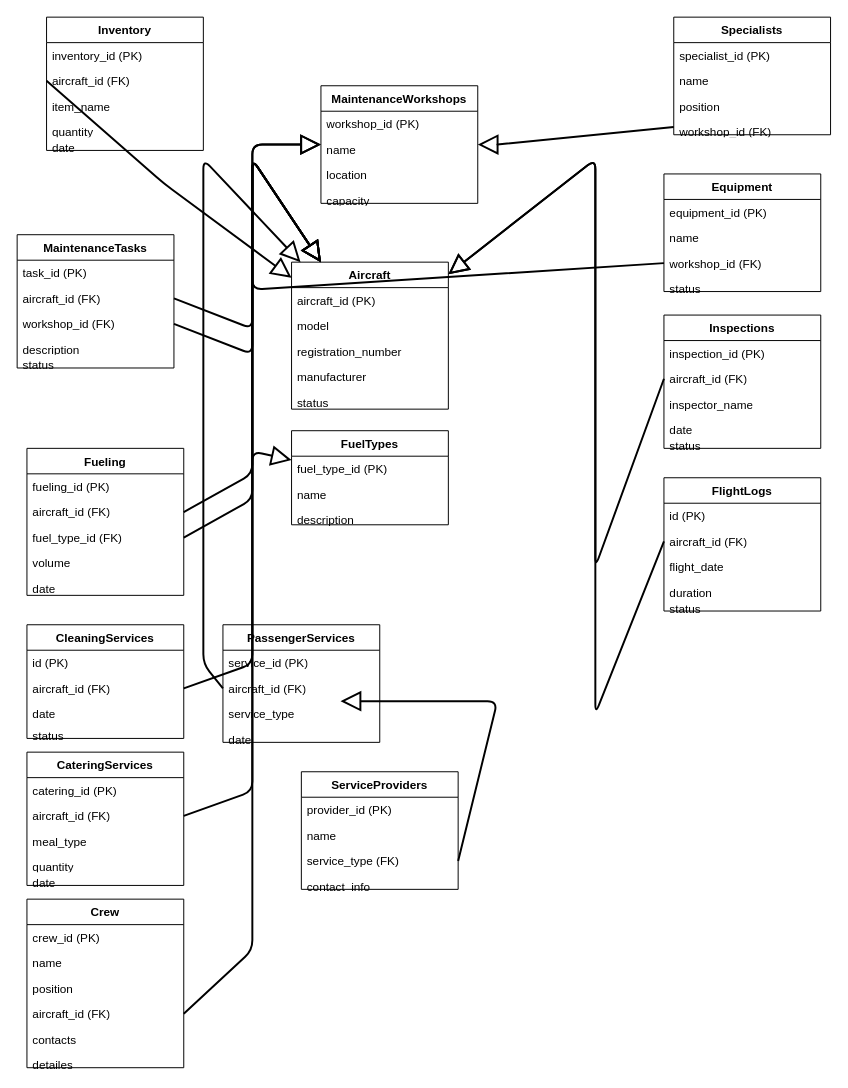
Above: airport/Aircraft-Services/aircraft.drawio in mykola-telychko/mysql-databases (draw.io), before the change. Source tidied: cells renumbered, new cells numbered last; positions are measured from the earlier drawing's top-left corner, leaving out a move shared by most shapes. Both pictures are drawn from the tidied source at 98%, with x=0, y=0 at pixel (17, 17).
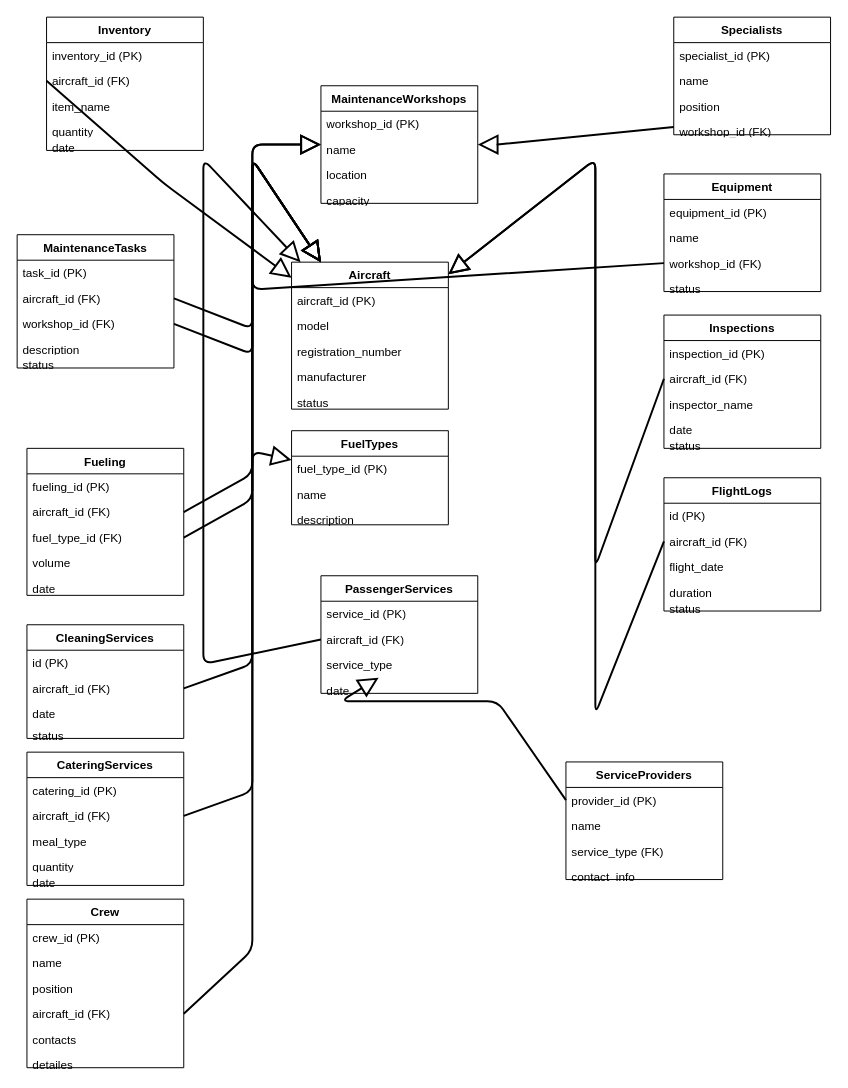
After the change.

The change refers to these unchanged cells:
```xml
<mxCell id="61" value="service_type" style="text;strokeColor=none;fillColor=none;align=left;verticalAlign=top;spacingLeft=4;spacingRight=4;overflow=hidden;points=[[0,0.5],[1,0.5]];portConstraint=eastwest;whiteSpace=wrap;" parent="58" vertex="1">
  <mxGeometry y="78" width="160" height="26" as="geometry" />
</mxCell>
<mxCell id="96" value="provider_id (PK)" style="text;strokeColor=none;fillColor=none;align=left;verticalAlign=top;spacingLeft=4;spacingRight=4;overflow=hidden;points=[[0,0.5],[1,0.5]];portConstraint=eastwest;whiteSpace=wrap;" parent="95" vertex="1">
  <mxGeometry y="26" width="160" height="26" as="geometry" />
</mxCell>
<mxCell id="98" value="service_type (FK)" style="text;strokeColor=none;fillColor=none;align=left;verticalAlign=top;spacingLeft=4;spacingRight=4;overflow=hidden;points=[[0,0.5],[1,0.5]];portConstraint=eastwest;whiteSpace=wrap;" parent="95" vertex="1">
  <mxGeometry y="78" width="160" height="26" as="geometry" />
</mxCell>
```

What changed in the source:
```diff
@@
     <mxCell id="58" value="PassengerServices" style="swimlane;fontStyle=1;align=center;verticalAlign=top;horizontal=1;startSize=26;" parent="1" vertex="1">
-      <mxGeometry x="210" y="620" width="160" height="120" as="geometry" />
+      <mxGeometry x="310" y="570" width="160" height="120" as="geometry" />
     </mxCell>
@@
-    <mxCell id="94" style="endArrow=block;endFill=0;endSize=16;strokeColor=rgb(0, 0, 0);strokeWidth=2;dashed=0;exitX=0.5;exitY=0.5;exitDx=0;exitDy=0;" parent="1" edge="1" source="98" target="61">
+    <mxCell id="94" style="endArrow=block;endFill=0;endSize=16;strokeColor=rgb(0, 0, 0);strokeWidth=2;dashed=0;exitX=0;exitY=0.5;exitDx=0;exitDy=0;" parent="1" edge="1" source="96" target="61">
       <mxGeometry relative="1" as="geometry">
         <Array as="points">
           <mxPoint x="490" y="698" />
           <mxPoint x="330" y="698" />
         </Array>
       </mxGeometry>
     </mxCell>
     <mxCell id="95" value="ServiceProviders" style="swimlane;fontStyle=1;align=center;verticalAlign=top;horizontal=1;startSize=26;" parent="1" vertex="1">
-      <mxGeometry x="290" y="770" width="160" height="120" as="geometry" />
+      <mxGeometry x="560" y="760" width="160" height="120" as="geometry" />
     </mxCell>
```
